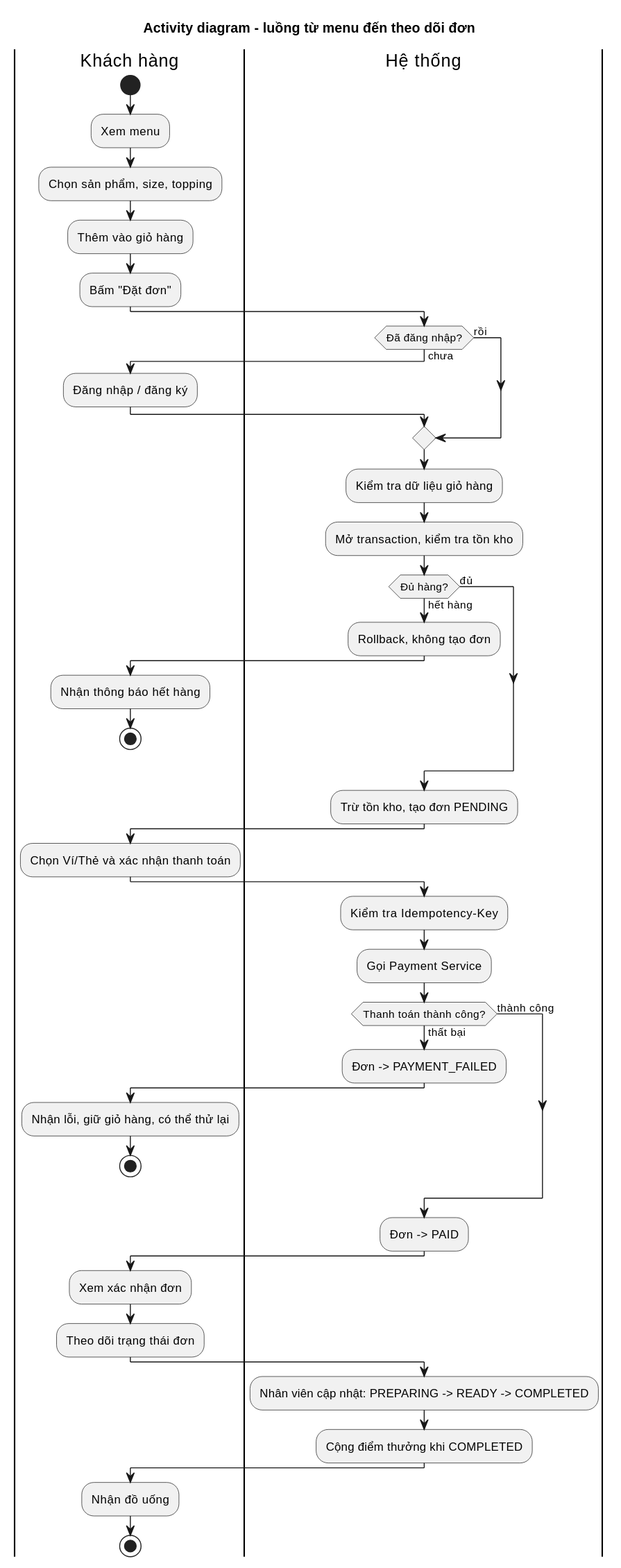
Before: docs/diagrams/activity-order-flow.svg, a diagram exported from PlantUML (tthan-prog/BrewLite). Source of this version:
```plantuml
@startuml
title Activity diagram - luồng từ menu đến theo dõi đơn
skinparam shadowing false

|Khách hàng|
start
:Xem menu;
:Chọn sản phẩm, size, topping;
:Thêm vào giỏ hàng;
:Bấm "Đặt đơn";

|Hệ thống|
if (Đã đăng nhập?) then (chưa)
  |Khách hàng|
  :Đăng nhập / đăng ký;
  |Hệ thống|
else (rồi)
endif
:Kiểm tra dữ liệu giỏ hàng;
:Mở transaction, kiểm tra tồn kho;
if (Đủ hàng?) then (hết hàng)
  :Rollback, không tạo đơn;
  |Khách hàng|
  :Nhận thông báo hết hàng;
  stop
else (đủ)
endif
|Hệ thống|
:Trừ tồn kho, tạo đơn PENDING;

|Khách hàng|
:Chọn Ví/Thẻ và xác nhận thanh toán;

|Hệ thống|
:Kiểm tra Idempotency-Key;
:Gọi Payment Service;
if (Thanh toán thành công?) then (thất bại)
  :Đơn -> PAYMENT_FAILED;
  |Khách hàng|
  :Nhận lỗi, giữ giỏ hàng, có thể thử lại;
  stop
else (thành công)
endif
|Hệ thống|
:Đơn -> PAID;

|Khách hàng|
:Xem xác nhận đơn;
:Theo dõi trạng thái đơn;

|Hệ thống|
:Nhân viên cập nhật: PREPARING -> READY -> COMPLETED;
:Cộng điểm thưởng khi COMPLETED;

|Khách hàng|
:Nhận đồ uống;
stop
@enduml
```
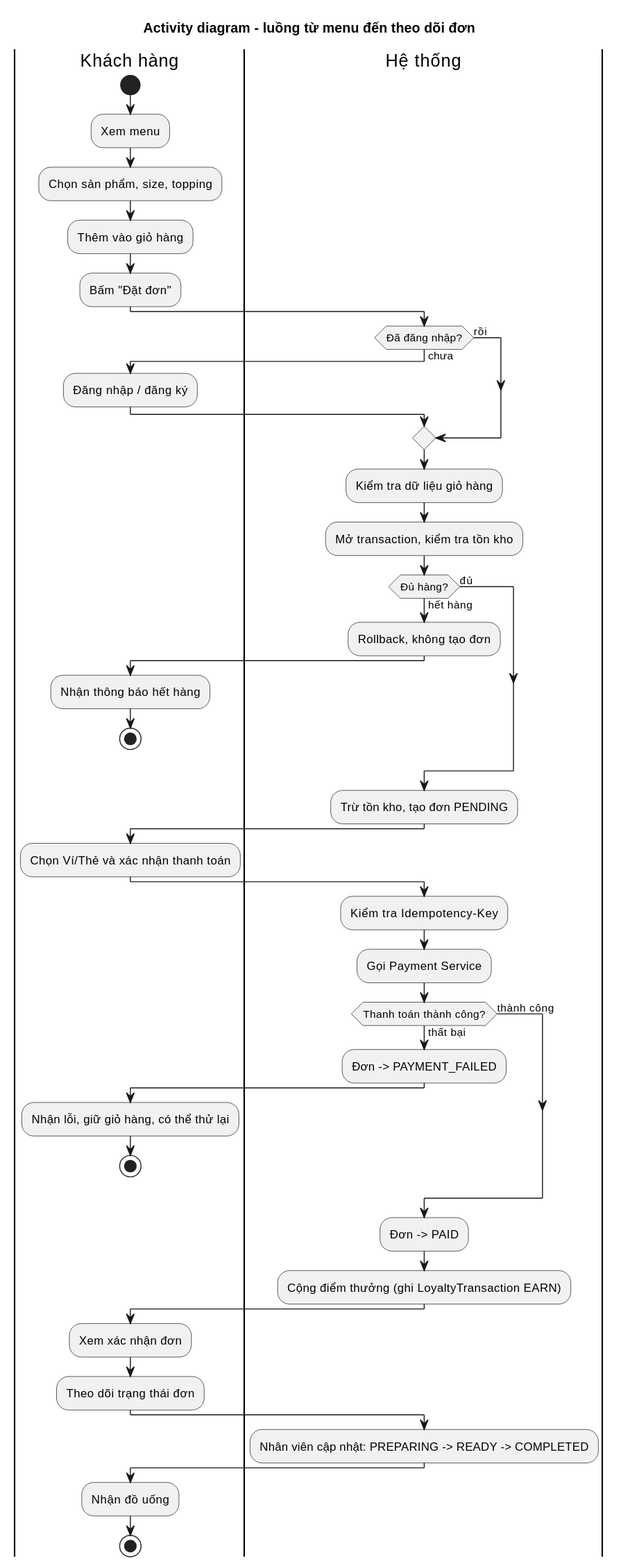
After the change.

Diff of the diagram source:
```diff
@@ -43,6 +43,7 @@
 endif
 |Hệ thống|
 :Đơn -> PAID;
+:Cộng điểm thưởng (ghi LoyaltyTransaction EARN);
 
 |Khách hàng|
 :Xem xác nhận đơn;
@@ -50,7 +51,6 @@
 
 |Hệ thống|
 :Nhân viên cập nhật: PREPARING -> READY -> COMPLETED;
-:Cộng điểm thưởng khi COMPLETED;
 
 |Khách hàng|
 :Nhận đồ uống;
```
